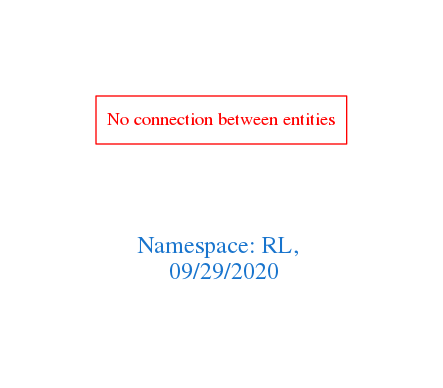
The Graphviz diagram downloads/RL.png in arago/OGIT, before a commit. Its source is kept beside it as downloads/RL.dot.
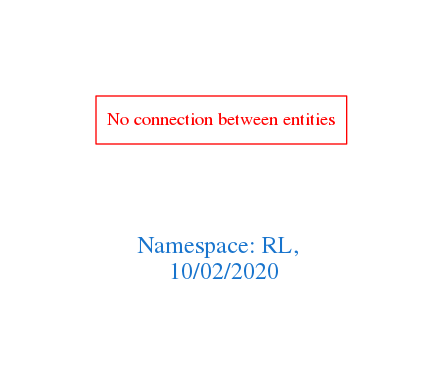
The same diagram one commit later.

What changed in the source:
```diff
@@ -1,7 +1,7 @@
 digraph OGIT_ontology {
  graph [ rankdir= LR,pad=1
 fontsize = 18,
-fontcolor= dodgerblue3,label = "\n\n\nNamespace: RL, \n 09/29/2020"];
+fontcolor= dodgerblue3,label = "\n\n\nNamespace: RL, \n 10/02/2020"];
 node[shape=polygon];
 edge [  color="gray81"];
 
```
